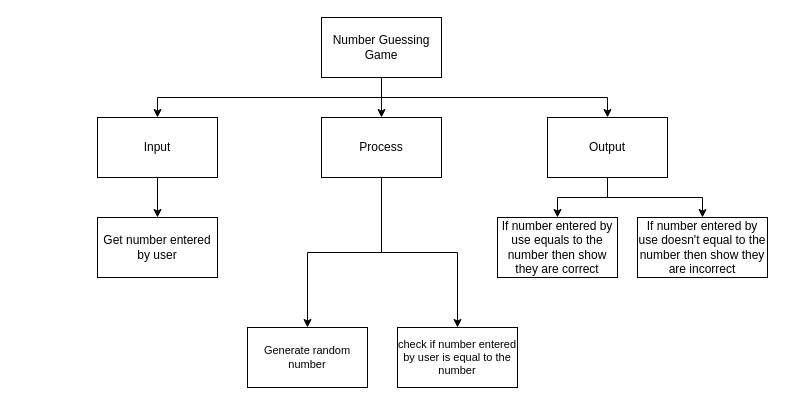
Above: design.drawio in michael-clermont1/ICS3U-Assignment-5-Python (draw.io), before the change. Source tidied: cells renumbered, new cells numbered last; positions are measured from the earlier drawing's top-left corner, leaving out a move shared by most shapes. Both pictures are drawn from the tidied source at 100%, with x=0, y=0 at pixel (97, 17).
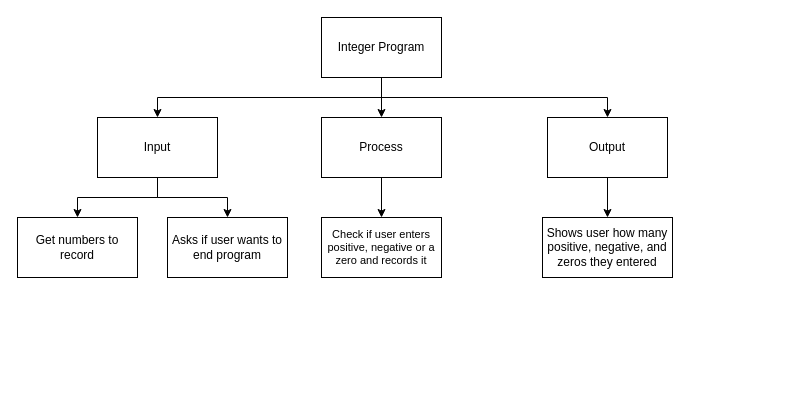
Above is the later version.

The change refers to these unchanged cells:
```xml
<mxCell id="7" value="Input" style="rounded=0;whiteSpace=wrap;html=1;" parent="1" vertex="1">
  <mxGeometry y="100" width="120" height="60" as="geometry" />
</mxCell>
<mxCell id="10" value="Process" style="rounded=0;whiteSpace=wrap;html=1;" parent="1" vertex="1">
  <mxGeometry x="224" y="100" width="120" height="60" as="geometry" />
</mxCell>
<mxCell id="13" value="Output" style="rounded=0;whiteSpace=wrap;html=1;" parent="1" vertex="1">
  <mxGeometry x="450" y="100" width="120" height="60" as="geometry" />
</mxCell>
```

The edit, as a diff of the source:
```diff
@@
-    <mxCell id="5" value="Number Guessing Game" style="rounded=0;whiteSpace=wrap;html=1;" parent="1" vertex="1">
+    <mxCell id="5" value="Integer Program" style="rounded=0;whiteSpace=wrap;html=1;" parent="1" vertex="1">
       <mxGeometry x="224" width="120" height="60" as="geometry" />
     </mxCell>
@@
+    <mxCell id="19" style="edgeStyle=orthogonalEdgeStyle;html=1;entryX=0.5;entryY=0;entryDx=0;entryDy=0;rounded=0;" parent="1" edge="1" source="7" target="20">
+      <mxGeometry relative="1" as="geometry" />
+    </mxCell>
@@
-    <mxCell id="9" style="edgeStyle=orthogonalEdgeStyle;html=1;entryX=0.5;entryY=0;entryDx=0;entryDy=0;rounded=0;" parent="1" edge="1" source="10" target="18">
-      <mxGeometry relative="1" as="geometry" />
-    </mxCell>
@@
-    <mxCell id="11" style="edgeStyle=orthogonalEdgeStyle;html=1;entryX=0.5;entryY=0;entryDx=0;entryDy=0;rounded=0;" parent="1" edge="1" source="13" target="15">
-      <mxGeometry relative="1" as="geometry" />
-    </mxCell>
@@
-    <mxCell id="14" value="Get number entered by user" style="rounded=0;whiteSpace=wrap;html=1;" parent="1" vertex="1">
-      <mxGeometry y="200" width="120" height="60" as="geometry" />
+    <mxCell id="14" value="Get numbers to record" style="rounded=0;whiteSpace=wrap;html=1;" parent="1" vertex="1">
+      <mxGeometry x="-80" y="200" width="120" height="60" as="geometry" />
     </mxCell>
-    <mxCell id="15" value="If number entered by use equals to the number then show they are correct" style="rounded=0;whiteSpace=wrap;html=1;" parent="1" vertex="1">
-      <mxGeometry x="400" y="200" width="120" height="60" as="geometry" />
-    </mxCell>
-    <mxCell id="16" value="check if number entered by user is equal to the number" style="rounded=0;whiteSpace=wrap;html=1;fontFamily=Helvetica;fontSize=11;fontColor=default;" parent="1" vertex="1">
-      <mxGeometry x="300" y="310" width="120" height="60" as="geometry" />
+    <mxCell id="16" value="Check if user enters positive, negative or a zero and records it" style="rounded=0;whiteSpace=wrap;html=1;fontFamily=Helvetica;fontSize=11;fontColor=default;" parent="1" vertex="1">
+      <mxGeometry x="224" y="200" width="120" height="60" as="geometry" />
     </mxCell>
-    <mxCell id="17" value="If number entered by use doesn't equal to the number then show they are incorrect" style="rounded=0;whiteSpace=wrap;html=1;" parent="1" vertex="1">
-      <mxGeometry x="540" y="200" width="130" height="60" as="geometry" />
+    <mxCell id="17" value="Shows user how many positive, negative, and zeros they entered" style="rounded=0;whiteSpace=wrap;html=1;" parent="1" vertex="1">
+      <mxGeometry x="445" y="200" width="130" height="60" as="geometry" />
     </mxCell>
-    <mxCell id="18" value="Generate random number" style="rounded=0;whiteSpace=wrap;html=1;fontFamily=Helvetica;fontSize=11;fontColor=default;" parent="1" vertex="1">
-      <mxGeometry x="150" y="310" width="120" height="60" as="geometry" />
-    </mxCell>
+    <mxCell id="20" value="Asks if user wants to end program" style="rounded=0;whiteSpace=wrap;html=1;" parent="1" vertex="1">
+      <mxGeometry x="70" y="200" width="120" height="60" as="geometry" />
+    </mxCell>
```
